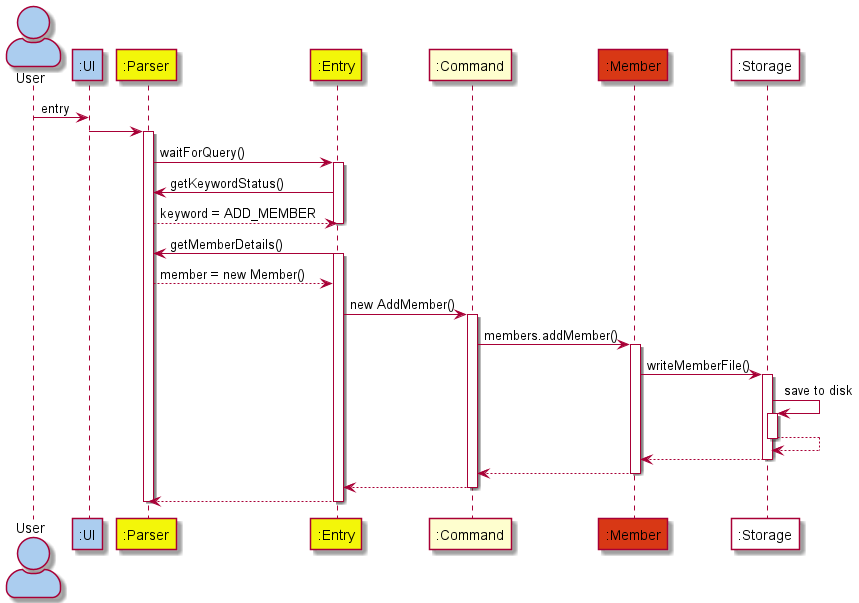
This is docs/images/ArchitectureSequence.png from nus-cs2113-AY2122S1/tp, a PlantUML export, as it was before one commit.
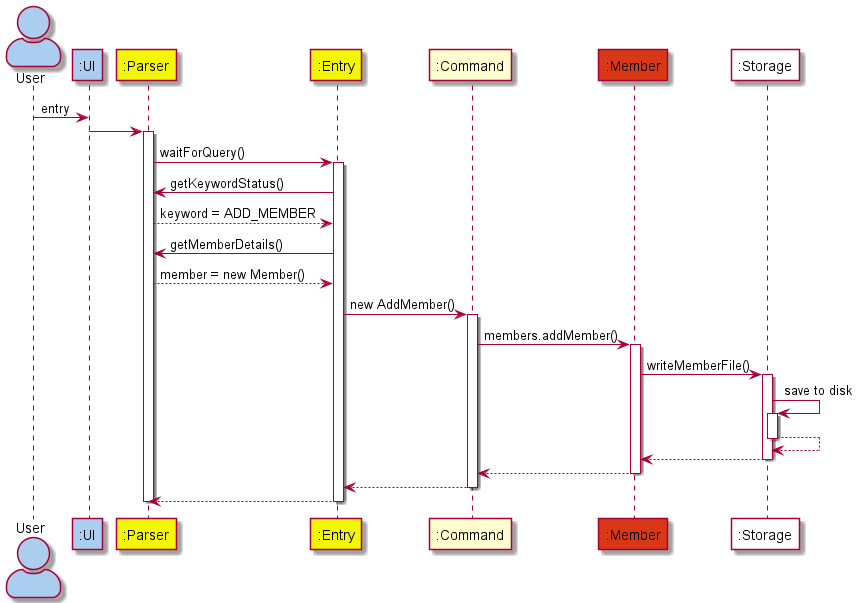
The same file after the commit.

Commit message:
Fix DG architecture sequence diagram, fix DG formatting

Change to the diagram source:
```diff
@@ -19,10 +19,8 @@
 entry -> parser : getKeywordStatus()
 
 parser --> entry : keyword = ADD_MEMBER
-deactivate entry
 
 entry -> parser : getMemberDetails()
-activate entry
 parser --> entry : member = new Member()
 
 entry -> command : new AddMember()
```
